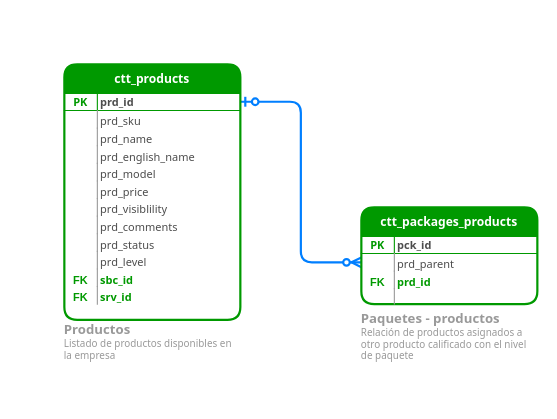
This is page "Paquetes" (5 of 6) of _desarrollo/archivos_info/CTTRentals entidad relacion.drawio from juarezjorr/TesteoCire, a draw.io file, before an edit. Source tidied: cells renumbered, new cells numbered last; positions are measured from the earlier drawing's top-left corner, leaving out a move shared by most shapes. Both pictures are drawn from the tidied source at 110%, with x=0, y=0 at pixel (64, 64).
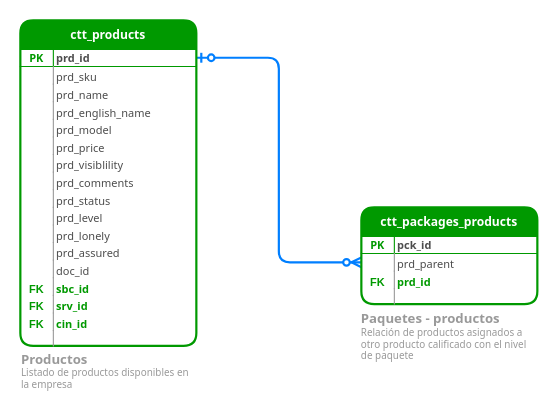
The same page after the edit.

The edit, as a diff of the source:
```diff
@@
-    <mxCell id="14" style="group;" parent="1" vertex="1">
-      <mxGeometry width="160" height="273.3" as="geometry" />
-    </mxCell>
+    <mxCell id="42" style="group;" parent="1" vertex="1">
+      <mxGeometry x="-40" y="-40" width="160.5" height="340.3" as="geometry" />
+    </mxCell>
-    <mxCell id="15" value="&lt;h4&gt;&lt;font style=&quot;line-height: 0%&quot;&gt;&lt;span style=&quot;font-size: 12px&quot;&gt;Productos&lt;br&gt;&lt;/span&gt;&lt;/font&gt;&lt;span style=&quot;font-weight: 400&quot;&gt;Listado de productos disponibles en la empresa&lt;/span&gt;&lt;/h4&gt;" style="text;html=1;strokeColor=none;fillColor=none;spacing=0;spacingTop=-13;whiteSpace=wrap;overflow=hidden;rounded=0;fontFamily=Tahoma;fontSize=9;fontColor=#999999;fontStyle=0;" parent="14" vertex="1">
-      <mxGeometry y="234" width="160" height="39.3" as="geometry" />
+    <mxCell id="15" value="&lt;h4&gt;&lt;font style=&quot;line-height: 0%&quot;&gt;&lt;span style=&quot;font-size: 12px&quot;&gt;Productos&lt;br&gt;&lt;/span&gt;&lt;/font&gt;&lt;span style=&quot;font-weight: 400&quot;&gt;Listado de productos disponibles en la empresa&lt;/span&gt;&lt;/h4&gt;" style="text;html=1;strokeColor=none;fillColor=none;spacing=0;spacingTop=-13;whiteSpace=wrap;overflow=hidden;rounded=0;fontFamily=Tahoma;fontSize=9;fontColor=#999999;fontStyle=0;" parent="42" vertex="1">
+      <mxGeometry x="0.5" y="301" width="160" height="39.3" as="geometry" />
     </mxCell>
-    <mxCell id="16" style="group;" parent="14" vertex="1">
-      <mxGeometry width="160" height="232.3" as="geometry" />
-    </mxCell>
-    <mxCell id="17" value="ctt_products" style="swimlane;fontStyle=1;horizontal=1;startSize=26;swimlaneFillColor=#ffffff;align=center;fontSize=11;strokeWidth=2;rounded=1;fontColor=#FFFFFF;fontFamily=Tahoma;fillColor=#009900;strokeColor=#009900;" parent="16" vertex="1">
-      <mxGeometry width="160" height="232.3" as="geometry" />
+    <mxCell id="17" value="ctt_products" style="swimlane;fontStyle=1;horizontal=1;startSize=26;swimlaneFillColor=#ffffff;align=center;fontSize=11;strokeWidth=2;rounded=1;fontColor=#FFFFFF;fontFamily=Tahoma;fillColor=#009900;strokeColor=#009900;" parent="42" vertex="1">
+      <mxGeometry width="160" height="295.9" as="geometry" />
     </mxCell>
-    <mxCell id="18" value="prd_id" style="shape=partialRectangle;top=0;left=0;right=0;bottom=1;align=left;verticalAlign=middle;fillColor=none;spacingLeft=33;spacingRight=0;overflow=hidden;points=[[0,0.5],[1,0.5]];portConstraint=eastwest;fontStyle=1;fontSize=10;fontFamily=Tahoma;strokeColor=#009900;spacing=0;fontColor=#4D4D4D;" parent="16" vertex="1">
+    <mxCell id="18" value="prd_id" style="shape=partialRectangle;top=0;left=0;right=0;bottom=1;align=left;verticalAlign=middle;fillColor=none;spacingLeft=33;spacingRight=0;overflow=hidden;points=[[0,0.5],[1,0.5]];portConstraint=eastwest;fontStyle=1;fontSize=10;fontFamily=Tahoma;strokeColor=#009900;spacing=0;fontColor=#4D4D4D;" parent="17" vertex="1">
       <mxGeometry y="26" width="160" height="16" as="geometry" />
     </mxCell>
@@
-    <mxCell id="20" value="prd_sku" style="shape=partialRectangle;top=0;left=0;right=0;bottom=0;align=left;verticalAlign=top;fillColor=none;spacingLeft=33;spacingRight=0;overflow=hidden;fontSize=10;fontFamily=Tahoma;spacing=0;dashed=1;strokeColor=#80A9E3;fontColor=#4D4D4D;" parent="16" vertex="1">
+    <mxCell id="20" value="prd_sku" style="shape=partialRectangle;top=0;left=0;right=0;bottom=0;align=left;verticalAlign=top;fillColor=none;spacingLeft=33;spacingRight=0;overflow=hidden;fontSize=10;fontFamily=Tahoma;spacing=0;dashed=1;strokeColor=#80A9E3;fontColor=#4D4D4D;" parent="17" vertex="1">
       <mxGeometry y="42" width="160" height="16" as="geometry" />
     </mxCell>
-    <mxCell id="21" style="shape=partialRectangle;top=0;left=0;bottom=0;fillColor=none;align=left;verticalAlign=top;spacingLeft=4;spacingRight=4;overflow=hidden;fontSize=12;strokeColor=#999999;" parent="20" vertex="1">
-      <mxGeometry width="30" height="16" as="geometry" />
-    </mxCell>
+    <mxCell id="43" style="shape=partialRectangle;top=0;left=0;bottom=0;fillColor=none;align=left;verticalAlign=top;spacingLeft=4;spacingRight=4;overflow=hidden;fontSize=12;strokeColor=#999999;" parent="20" vertex="1">
+      <mxGeometry width="30" height="16" as="geometry" />
+    </mxCell>
-    <mxCell id="22" value="prd_name" style="shape=partialRectangle;top=0;left=0;right=0;bottom=0;align=left;verticalAlign=top;fillColor=none;spacingLeft=33;spacingRight=0;overflow=hidden;fontSize=10;fontFamily=Tahoma;spacing=0;dashed=1;strokeColor=#80A9E3;fontColor=#4D4D4D;" parent="16" vertex="1">
+    <mxCell id="22" value="prd_name" style="shape=partialRectangle;top=0;left=0;right=0;bottom=0;align=left;verticalAlign=top;fillColor=none;spacingLeft=33;spacingRight=0;overflow=hidden;fontSize=10;fontFamily=Tahoma;spacing=0;dashed=1;strokeColor=#80A9E3;fontColor=#4D4D4D;" parent="17" vertex="1">
       <mxGeometry y="58" width="160" height="16" as="geometry" />
     </mxCell>
-    <mxCell id="23" style="shape=partialRectangle;top=0;left=0;bottom=0;fillColor=none;align=left;verticalAlign=top;spacingLeft=4;spacingRight=4;overflow=hidden;fontSize=12;strokeColor=#999999;" parent="22" vertex="1">
-      <mxGeometry width="30" height="16" as="geometry" />
-    </mxCell>
+    <mxCell id="44" style="shape=partialRectangle;top=0;left=0;bottom=0;fillColor=none;align=left;verticalAlign=top;spacingLeft=4;spacingRight=4;overflow=hidden;fontSize=12;strokeColor=#999999;" parent="22" vertex="1">
+      <mxGeometry width="30" height="16" as="geometry" />
+    </mxCell>
-    <mxCell id="24" value="prd_english_name" style="shape=partialRectangle;top=0;left=0;right=0;bottom=0;align=left;verticalAlign=top;fillColor=none;spacingLeft=33;spacingRight=0;overflow=hidden;fontSize=10;fontFamily=Tahoma;spacing=0;dashed=1;strokeColor=#80A9E3;fontColor=#4D4D4D;" parent="16" vertex="1">
+    <mxCell id="24" value="prd_english_name" style="shape=partialRectangle;top=0;left=0;right=0;bottom=0;align=left;verticalAlign=top;fillColor=none;spacingLeft=33;spacingRight=0;overflow=hidden;fontSize=10;fontFamily=Tahoma;spacing=0;dashed=1;strokeColor=#80A9E3;fontColor=#4D4D4D;" parent="17" vertex="1">
       <mxGeometry y="74" width="160" height="16" as="geometry" />
     </mxCell>
-    <mxCell id="25" style="shape=partialRectangle;top=0;left=0;bottom=0;fillColor=none;align=left;verticalAlign=top;spacingLeft=4;spacingRight=4;overflow=hidden;fontSize=12;strokeColor=#999999;" parent="24" vertex="1">
-      <mxGeometry width="30" height="16" as="geometry" />
-    </mxCell>
+    <mxCell id="45" style="shape=partialRectangle;top=0;left=0;bottom=0;fillColor=none;align=left;verticalAlign=top;spacingLeft=4;spacingRight=4;overflow=hidden;fontSize=12;strokeColor=#999999;" parent="24" vertex="1">
+      <mxGeometry width="30" height="16" as="geometry" />
+    </mxCell>
-    <mxCell id="26" value="prd_model" style="shape=partialRectangle;top=0;left=0;right=0;bottom=0;align=left;verticalAlign=top;fillColor=none;spacingLeft=33;spacingRight=0;overflow=hidden;fontSize=10;fontFamily=Tahoma;spacing=0;dashed=1;strokeColor=#80A9E3;fontColor=#4D4D4D;" parent="16" vertex="1">
+    <mxCell id="26" value="prd_model" style="shape=partialRectangle;top=0;left=0;right=0;bottom=0;align=left;verticalAlign=top;fillColor=none;spacingLeft=33;spacingRight=0;overflow=hidden;fontSize=10;fontFamily=Tahoma;spacing=0;dashed=1;strokeColor=#80A9E3;fontColor=#4D4D4D;" parent="17" vertex="1">
       <mxGeometry y="90" width="160" height="16" as="geometry" />
     </mxCell>
-    <mxCell id="27" style="shape=partialRectangle;top=0;left=0;bottom=0;fillColor=none;align=left;verticalAlign=top;spacingLeft=4;spacingRight=4;overflow=hidden;fontSize=12;strokeColor=#999999;" parent="26" vertex="1">
-      <mxGeometry width="30" height="16" as="geometry" />
-    </mxCell>
+    <mxCell id="46" style="shape=partialRectangle;top=0;left=0;bottom=0;fillColor=none;align=left;verticalAlign=top;spacingLeft=4;spacingRight=4;overflow=hidden;fontSize=12;strokeColor=#999999;" parent="26" vertex="1">
+      <mxGeometry width="30" height="16" as="geometry" />
+    </mxCell>
-    <mxCell id="28" value="prd_price" style="shape=partialRectangle;top=0;left=0;right=0;bottom=0;align=left;verticalAlign=top;fillColor=none;spacingLeft=33;spacingRight=0;overflow=hidden;fontSize=10;fontFamily=Tahoma;spacing=0;dashed=1;strokeColor=#80A9E3;fontColor=#4D4D4D;" parent="16" vertex="1">
+    <mxCell id="28" value="prd_price" style="shape=partialRectangle;top=0;left=0;right=0;bottom=0;align=left;verticalAlign=top;fillColor=none;spacingLeft=33;spacingRight=0;overflow=hidden;fontSize=10;fontFamily=Tahoma;spacing=0;dashed=1;strokeColor=#80A9E3;fontColor=#4D4D4D;" parent="17" vertex="1">
       <mxGeometry y="106" width="160" height="16" as="geometry" />
     </mxCell>
-    <mxCell id="29" style="shape=partialRectangle;top=0;left=0;bottom=0;fillColor=none;align=left;verticalAlign=top;spacingLeft=4;spacingRight=4;overflow=hidden;fontSize=12;strokeColor=#999999;" parent="28" vertex="1">
-      <mxGeometry width="30" height="16" as="geometry" />
-    </mxCell>
+    <mxCell id="47" style="shape=partialRectangle;top=0;left=0;bottom=0;fillColor=none;align=left;verticalAlign=top;spacingLeft=4;spacingRight=4;overflow=hidden;fontSize=12;strokeColor=#999999;" parent="28" vertex="1">
+      <mxGeometry width="30" height="16" as="geometry" />
+    </mxCell>
-    <mxCell id="30" value="prd_visiblility" style="shape=partialRectangle;top=0;left=0;right=0;bottom=0;align=left;verticalAlign=top;fillColor=none;spacingLeft=33;spacingRight=0;overflow=hidden;fontSize=10;fontFamily=Tahoma;spacing=0;dashed=1;strokeColor=#80A9E3;fontColor=#4D4D4D;" parent="16" vertex="1">
+    <mxCell id="30" value="prd_visiblility" style="shape=partialRectangle;top=0;left=0;right=0;bottom=0;align=left;verticalAlign=top;fillColor=none;spacingLeft=33;spacingRight=0;overflow=hidden;fontSize=10;fontFamily=Tahoma;spacing=0;dashed=1;strokeColor=#80A9E3;fontColor=#4D4D4D;" parent="17" vertex="1">
       <mxGeometry y="122" width="160" height="16" as="geometry" />
     </mxCell>
-    <mxCell id="31" style="shape=partialRectangle;top=0;left=0;bottom=0;fillColor=none;align=left;verticalAlign=top;spacingLeft=4;spacingRight=4;overflow=hidden;fontSize=12;strokeColor=#999999;" parent="30" vertex="1">
-      <mxGeometry width="30" height="16" as="geometry" />
-    </mxCell>
+    <mxCell id="48" style="shape=partialRectangle;top=0;left=0;bottom=0;fillColor=none;align=left;verticalAlign=top;spacingLeft=4;spacingRight=4;overflow=hidden;fontSize=12;strokeColor=#999999;" parent="30" vertex="1">
+      <mxGeometry width="30" height="16" as="geometry" />
+    </mxCell>
-    <mxCell id="32" value="prd_comments" style="shape=partialRectangle;top=0;left=0;right=0;bottom=0;align=left;verticalAlign=top;fillColor=none;spacingLeft=33;spacingRight=0;overflow=hidden;fontSize=10;fontFamily=Tahoma;spacing=0;dashed=1;strokeColor=#80A9E3;fontColor=#4D4D4D;" parent="16" vertex="1">
+    <mxCell id="32" value="prd_comments" style="shape=partialRectangle;top=0;left=0;right=0;bottom=0;align=left;verticalAlign=top;fillColor=none;spacingLeft=33;spacingRight=0;overflow=hidden;fontSize=10;fontFamily=Tahoma;spacing=0;dashed=1;strokeColor=#80A9E3;fontColor=#4D4D4D;" parent="17" vertex="1">
       <mxGeometry y="138" width="160" height="16" as="geometry" />
     </mxCell>
-    <mxCell id="33" style="shape=partialRectangle;top=0;left=0;bottom=0;fillColor=none;align=left;verticalAlign=top;spacingLeft=4;spacingRight=4;overflow=hidden;fontSize=12;strokeColor=#999999;" parent="32" vertex="1">
-      <mxGeometry width="30" height="16" as="geometry" />
-    </mxCell>
+    <mxCell id="49" style="shape=partialRectangle;top=0;left=0;bottom=0;fillColor=none;align=left;verticalAlign=top;spacingLeft=4;spacingRight=4;overflow=hidden;fontSize=12;strokeColor=#999999;" parent="32" vertex="1">
+      <mxGeometry width="30" height="16" as="geometry" />
+    </mxCell>
-    <mxCell id="34" value="prd_status" style="shape=partialRectangle;top=0;left=0;right=0;bottom=0;align=left;verticalAlign=top;fillColor=none;spacingLeft=33;spacingRight=0;overflow=hidden;fontSize=10;fontFamily=Tahoma;spacing=0;dashed=1;strokeColor=#80A9E3;fontColor=#4D4D4D;" parent="16" vertex="1">
+    <mxCell id="34" value="prd_status" style="shape=partialRectangle;top=0;left=0;right=0;bottom=0;align=left;verticalAlign=top;fillColor=none;spacingLeft=33;spacingRight=0;overflow=hidden;fontSize=10;fontFamily=Tahoma;spacing=0;dashed=1;strokeColor=#80A9E3;fontColor=#4D4D4D;" parent="17" vertex="1">
       <mxGeometry y="154" width="160" height="16" as="geometry" />
     </mxCell>
-    <mxCell id="35" style="shape=partialRectangle;top=0;left=0;bottom=0;fillColor=none;align=left;verticalAlign=top;spacingLeft=4;spacingRight=4;overflow=hidden;fontSize=12;strokeColor=#999999;" parent="34" vertex="1">
-      <mxGeometry width="30" height="16" as="geometry" />
-    </mxCell>
+    <mxCell id="50" style="shape=partialRectangle;top=0;left=0;bottom=0;fillColor=none;align=left;verticalAlign=top;spacingLeft=4;spacingRight=4;overflow=hidden;fontSize=12;strokeColor=#999999;" parent="34" vertex="1">
+      <mxGeometry width="30" height="16" as="geometry" />
+    </mxCell>
-    <mxCell id="36" value="prd_level" style="shape=partialRectangle;top=0;left=0;right=0;bottom=0;align=left;verticalAlign=top;fillColor=none;spacingLeft=33;spacingRight=0;overflow=hidden;fontSize=10;fontFamily=Tahoma;spacing=0;dashed=1;strokeColor=#80A9E3;fontColor=#4D4D4D;" parent="16" vertex="1">
+    <mxCell id="36" value="prd_level" style="shape=partialRectangle;top=0;left=0;right=0;bottom=0;align=left;verticalAlign=top;fillColor=none;spacingLeft=33;spacingRight=0;overflow=hidden;fontSize=10;fontFamily=Tahoma;spacing=0;dashed=1;strokeColor=#80A9E3;fontColor=#4D4D4D;" parent="17" vertex="1">
       <mxGeometry y="170" width="160" height="16" as="geometry" />
     </mxCell>
-    <mxCell id="37" style="shape=partialRectangle;top=0;left=0;bottom=0;fillColor=none;align=left;verticalAlign=top;spacingLeft=4;spacingRight=4;overflow=hidden;fontSize=12;strokeColor=#999999;" parent="36" vertex="1">
-      <mxGeometry width="30" height="16" as="geometry" />
-    </mxCell>
+    <mxCell id="51" style="shape=partialRectangle;top=0;left=0;bottom=0;fillColor=none;align=left;verticalAlign=top;spacingLeft=4;spacingRight=4;overflow=hidden;fontSize=12;strokeColor=#999999;" parent="36" vertex="1">
+      <mxGeometry width="30" height="16" as="geometry" />
+    </mxCell>
+    <mxCell id="52" value="prd_lonely" style="shape=partialRectangle;top=0;left=0;right=0;bottom=0;align=left;verticalAlign=top;fillColor=none;spacingLeft=33;spacingRight=0;overflow=hidden;fontSize=10;fontFamily=Tahoma;spacing=0;dashed=1;strokeColor=#80A9E3;fontColor=#4D4D4D;" parent="17" vertex="1">
+      <mxGeometry y="186" width="160" height="16" as="geometry" />
+    </mxCell>
+    <mxCell id="53" style="shape=partialRectangle;top=0;left=0;bottom=0;fillColor=none;align=left;verticalAlign=top;spacingLeft=4;spacingRight=4;overflow=hidden;fontSize=12;strokeColor=#999999;" parent="52" vertex="1">
+      <mxGeometry width="30" height="16" as="geometry" />
+    </mxCell>
+    <mxCell id="54" value="prd_assured" style="shape=partialRectangle;top=0;left=0;right=0;bottom=0;align=left;verticalAlign=top;fillColor=none;spacingLeft=33;spacingRight=0;overflow=hidden;fontSize=10;fontFamily=Tahoma;spacing=0;dashed=1;strokeColor=#80A9E3;fontColor=#4D4D4D;" parent="17" vertex="1">
+      <mxGeometry y="202" width="160" height="16" as="geometry" />
+    </mxCell>
+    <mxCell id="55" style="shape=partialRectangle;top=0;left=0;bottom=0;fillColor=none;align=left;verticalAlign=top;spacingLeft=4;spacingRight=4;overflow=hidden;fontSize=12;strokeColor=#999999;" parent="54" vertex="1">
+      <mxGeometry width="30" height="16" as="geometry" />
+    </mxCell>
+    <mxCell id="56" value="doc_id" style="shape=partialRectangle;top=0;left=0;right=0;bottom=0;align=left;verticalAlign=top;fillColor=none;spacingLeft=33;spacingRight=0;overflow=hidden;fontSize=10;fontFamily=Tahoma;spacing=0;dashed=1;strokeColor=#80A9E3;fontColor=#4D4D4D;" parent="17" vertex="1">
+      <mxGeometry y="218" width="160" height="16" as="geometry" />
+    </mxCell>
+    <mxCell id="57" style="shape=partialRectangle;top=0;left=0;bottom=0;fillColor=none;align=left;verticalAlign=top;spacingLeft=4;spacingRight=4;overflow=hidden;fontSize=12;strokeColor=#999999;" parent="56" vertex="1">
+      <mxGeometry width="30" height="16" as="geometry" />
+    </mxCell>
-    <mxCell id="38" value="sbc_id" style="shape=partialRectangle;top=0;left=0;right=0;bottom=0;align=left;verticalAlign=top;fillColor=none;spacingLeft=33;spacingRight=0;overflow=hidden;fontSize=10;fontFamily=Tahoma;spacing=0;fontStyle=1;fontColor=#009900;" parent="16" vertex="1">
-      <mxGeometry y="186" width="160" height="16" as="geometry" />
+    <mxCell id="38" value="sbc_id" style="shape=partialRectangle;top=0;left=0;right=0;bottom=0;align=left;verticalAlign=top;fillColor=none;spacingLeft=33;spacingRight=0;overflow=hidden;fontSize=10;fontFamily=Tahoma;spacing=0;fontStyle=1;fontColor=#009900;" parent="17" vertex="1">
+      <mxGeometry y="234" width="160" height="16" as="geometry" />
     </mxCell>
-    <mxCell id="39" value="FK" style="shape=partialRectangle;top=0;left=0;bottom=0;fillColor=none;align=center;verticalAlign=top;spacingLeft=0;spacingRight=0;overflow=hidden;fontSize=10;fontStyle=1;strokeColor=#999999;fontColor=#009900;spacing=0;" parent="38" vertex="1">
-      <mxGeometry width="30" height="16" as="geometry" />
-    </mxCell>
+    <mxCell id="58" value="FK" style="shape=partialRectangle;top=0;left=0;bottom=0;fillColor=none;align=center;verticalAlign=top;spacingLeft=0;spacingRight=0;overflow=hidden;fontSize=10;fontStyle=1;strokeColor=#999999;fontColor=#009900;spacing=0;" parent="38" vertex="1">
+      <mxGeometry width="30" height="16" as="geometry" />
+    </mxCell>
-    <mxCell id="40" value="srv_id" style="shape=partialRectangle;top=0;left=0;right=0;bottom=0;align=left;verticalAlign=top;fillColor=none;spacingLeft=33;spacingRight=0;overflow=hidden;fontSize=10;fontFamily=Tahoma;spacing=0;fontStyle=1;fontColor=#009900;" parent="16" vertex="1">
-      <mxGeometry y="202" width="160" height="16" as="geometry" />
+    <mxCell id="40" value="srv_id" style="shape=partialRectangle;top=0;left=0;right=0;bottom=0;align=left;verticalAlign=top;fillColor=none;spacingLeft=33;spacingRight=0;overflow=hidden;fontSize=10;fontFamily=Tahoma;spacing=0;fontStyle=1;fontColor=#009900;" parent="17" vertex="1">
+      <mxGeometry y="250" width="160" height="16" as="geometry" />
     </mxCell>
-    <mxCell id="41" value="FK" style="shape=partialRectangle;top=0;left=0;bottom=0;fillColor=none;align=center;verticalAlign=top;spacingLeft=0;spacingRight=0;overflow=hidden;fontSize=10;fontStyle=1;strokeColor=#999999;fontColor=#009900;spacing=0;" parent="40" vertex="1">
-      <mxGeometry width="30" height="16" as="geometry" />
-    </mxCell>
+    <mxCell id="59" value="FK" style="shape=partialRectangle;top=0;left=0;bottom=0;fillColor=none;align=center;verticalAlign=top;spacingLeft=0;spacingRight=0;overflow=hidden;fontSize=10;fontStyle=1;strokeColor=#999999;fontColor=#009900;spacing=0;" parent="40" vertex="1">
+      <mxGeometry width="30" height="16" as="geometry" />
+    </mxCell>
+    <mxCell id="60" value="cin_id" style="shape=partialRectangle;top=0;left=0;right=0;bottom=0;align=left;verticalAlign=top;fillColor=none;spacingLeft=33;spacingRight=0;overflow=hidden;fontSize=10;fontFamily=Tahoma;spacing=0;fontStyle=1;fontColor=#009900;" parent="17" vertex="1">
+      <mxGeometry y="266" width="160" height="16" as="geometry" />
+    </mxCell>
+    <mxCell id="61" value="FK" style="shape=partialRectangle;top=0;left=0;bottom=0;fillColor=none;align=center;verticalAlign=top;spacingLeft=0;spacingRight=0;overflow=hidden;fontSize=10;fontStyle=1;strokeColor=#999999;fontColor=#009900;spacing=0;" parent="60" vertex="1">
+      <mxGeometry width="30" height="16" as="geometry" />
+    </mxCell>
+    <mxCell id="62" style="shape=partialRectangle;top=0;left=0;right=0;bottom=0;align=left;verticalAlign=top;fillColor=none;spacingLeft=33;spacingRight=3;overflow=hidden;fontSize=10;fontFamily=Tahoma;spacing=2;" parent="17" vertex="1">
+      <mxGeometry y="282" width="160" height="13.9" as="geometry" />
+    </mxCell>
+    <mxCell id="63" style="shape=partialRectangle;top=0;left=0;bottom=0;fillColor=none;align=left;verticalAlign=top;spacingLeft=4;spacingRight=4;overflow=hidden;fontSize=12;strokeColor=#999999;" parent="62" vertex="1">
+      <mxGeometry width="30" height="13.9" as="geometry" />
+    </mxCell>
```
